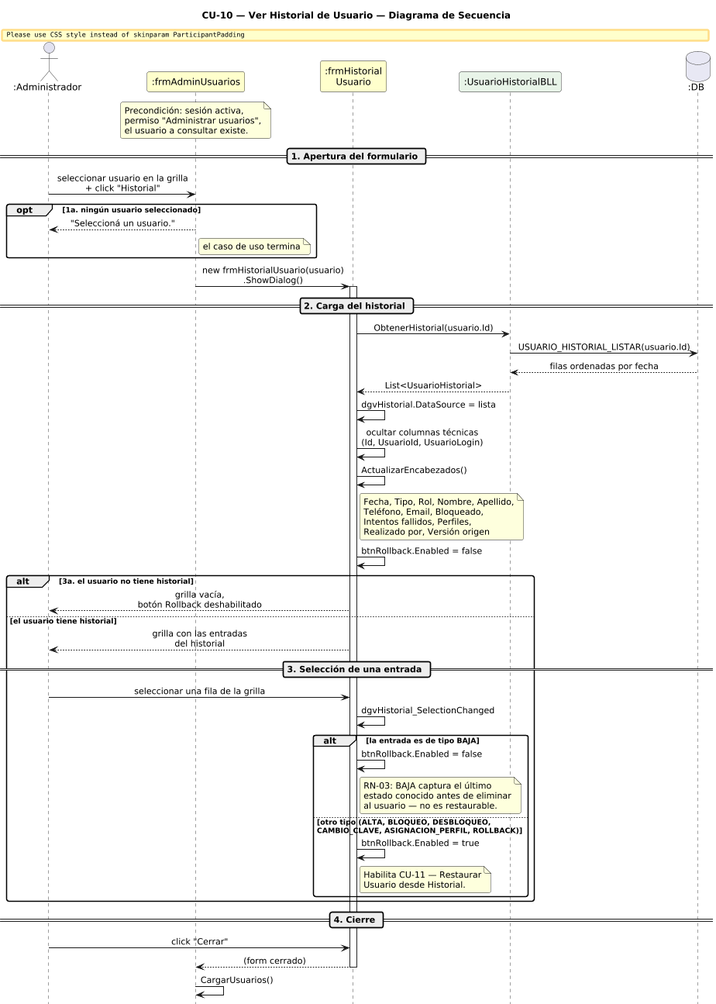
Above: DIAGRAMAS/DiagramaSecuencia_CU10_VerHistorial.png in Urrels/ingenieria_software (PlantUML), before the change. Source of this version:
```plantuml
@startuml DiagramaSecuencia_CU10_VerHistorial

title CU-10 — Ver Historial de Usuario — Diagrama de Secuencia

skinparam shadowing false
skinparam roundcorner 6
skinparam sequenceArrowThickness 1.2
skinparam ParticipantPadding 14
skinparam sequenceMessageAlign center
hide footbox
scale 0.85

actor       ":Administrador"       as A
participant ":frmAdminUsuarios"    as FA #FEFECE
participant ":frmHistorial\nUsuario" as FH #FEFECE
participant ":UsuarioHistorialBLL" as UH #E8F4E8
database    ":DB"                  as DB #E8E8F4

note over FA
  Precondición: sesión activa,
  permiso "Administrar usuarios",
  el usuario a consultar existe.
end note

== 1. Apertura del formulario ==

A -> FA : seleccionar usuario en la grilla\n+ click "Historial"

opt 1a. ningún usuario seleccionado
  FA --> A : "Seleccioná un usuario."
  note right of FA : el caso de uso termina
end

FA -> FH : new frmHistorialUsuario(usuario)\n.ShowDialog()
activate FH

== 2. Carga del historial ==

FH -> UH : ObtenerHistorial(usuario.Id)
UH -> DB : USUARIO_HISTORIAL_LISTAR(usuario.Id)
DB --> UH : filas ordenadas por fecha
UH --> FH : List<UsuarioHistorial>

FH -> FH : dgvHistorial.DataSource = lista
FH -> FH : ocultar columnas técnicas\n(Id, UsuarioId, UsuarioLogin)
FH -> FH : ActualizarEncabezados()
note right of FH
  Fecha, Tipo, Rol, Nombre, Apellido,
  Teléfono, Email, Bloqueado,
  Intentos fallidos, Perfiles,
  Realizado por, Versión origen
end note
FH -> FH : btnRollback.Enabled = false

alt 3a. el usuario no tiene historial
  FH --> A : grilla vacía,\nbotón Rollback deshabilitado

else el usuario tiene historial
  FH --> A : grilla con las entradas\ndel historial

  == 3. Selección de una entrada ==

  A -> FH : seleccionar una fila de la grilla
  FH -> FH : dgvHistorial_SelectionChanged

  alt la entrada es de tipo BAJA
    FH -> FH : btnRollback.Enabled = false
    note right of FH
      RN-03: BAJA captura el último
      estado conocido antes de eliminar
      al usuario — no es restaurable.
    end note
  else otro tipo (ALTA, BLOQUEO, DESBLOQUEO,\nCAMBIO_CLAVE, ASIGNACION_PERFIL, ROLLBACK)
    FH -> FH : btnRollback.Enabled = true
    note right of FH
      Habilita CU-11 — Restaurar
      Usuario desde Historial.
    end note
  end
end

== 4. Cierre ==

A -> FH : click "Cerrar"
FH --> FA : (form cerrado)
deactivate FH
FA -> FA : CargarUsuarios()

@enduml
```
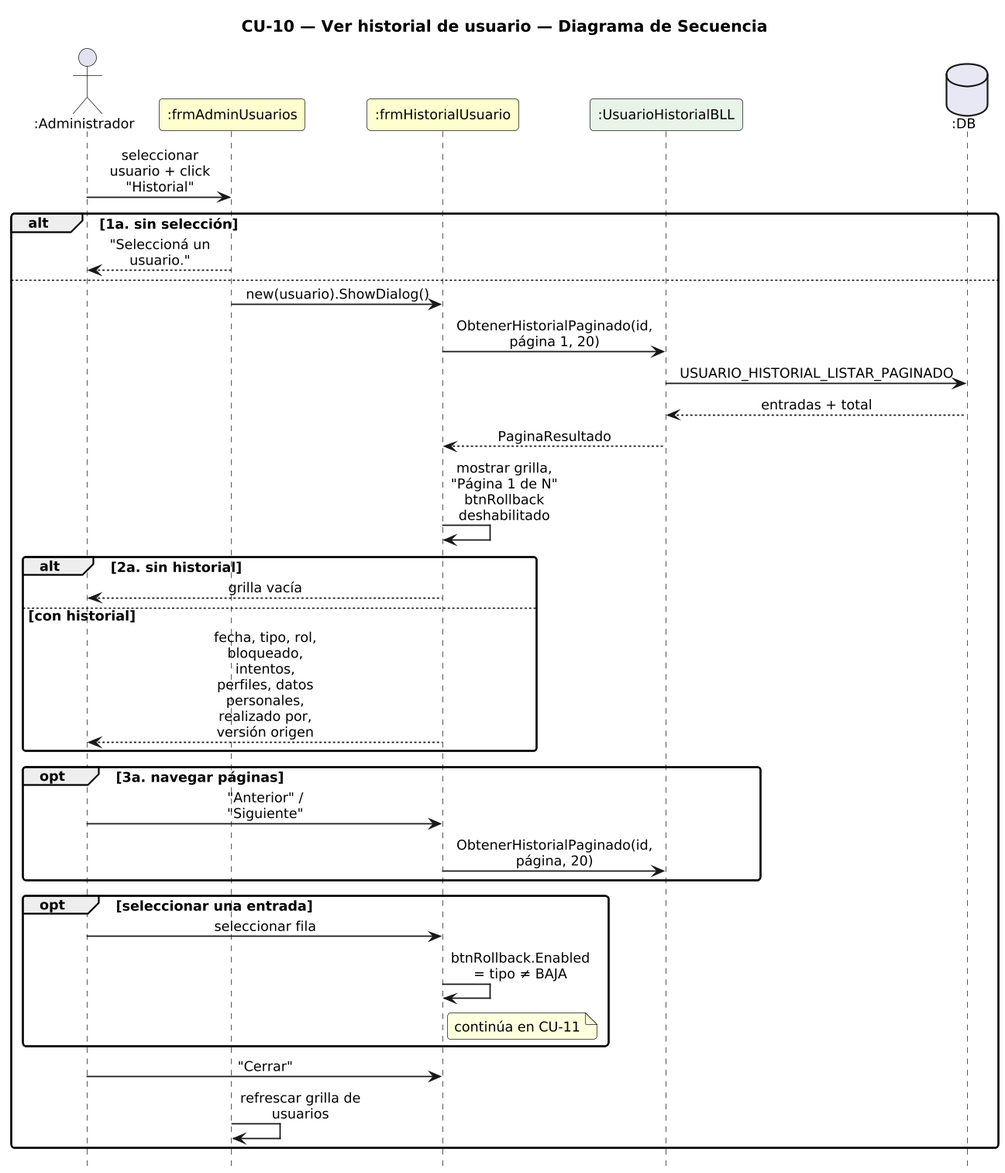
After the commit.

Change to the diagram source:
```diff
@@ -1,89 +1,50 @@
 @startuml DiagramaSecuencia_CU10_VerHistorial
 
-title CU-10 — Ver Historial de Usuario — Diagrama de Secuencia
+title CU-10 — Ver historial de usuario — Diagrama de Secuencia
 
 skinparam shadowing false
 skinparam roundcorner 6
 skinparam sequenceArrowThickness 1.2
-skinparam ParticipantPadding 14
+skinparam ParticipantPadding 6
+skinparam BoxPadding 4
+skinparam maxMessageSize 115
 skinparam sequenceMessageAlign center
+skinparam defaultFontSize 12
+skinparam dpi 140
 hide footbox
-scale 0.85
 
-actor       ":Administrador"       as A
-participant ":frmAdminUsuarios"    as FA #FEFECE
-participant ":frmHistorial\nUsuario" as FH #FEFECE
-participant ":UsuarioHistorialBLL" as UH #E8F4E8
-database    ":DB"                  as DB #E8E8F4
+actor ":Administrador" as A
+participant ":frmAdminUsuarios" as F #FEFECE
+participant ":frmHistorialUsuario" as H #FEFECE
+participant ":UsuarioHistorialBLL" as HB #E8F4E8
+database ":DB" as DB #E8E8F4
 
-note over FA
-  Precondición: sesión activa,
-  permiso "Administrar usuarios",
-  el usuario a consultar existe.
-end note
-
-== 1. Apertura del formulario ==
-
-A -> FA : seleccionar usuario en la grilla\n+ click "Historial"
-
-opt 1a. ningún usuario seleccionado
-  FA --> A : "Seleccioná un usuario."
-  note right of FA : el caso de uso termina
+A -> F : seleccionar usuario + click "Historial"
+alt 1a. sin selección
+  F --> A : "Seleccioná un usuario."
+else
+  F -> H : new(usuario).ShowDialog()
+  H -> HB : ObtenerHistorialPaginado(id, página 1, 20)
+  HB -> DB : USUARIO_HISTORIAL_LISTAR_PAGINADO
+  DB --> HB : entradas + total
+  HB --> H : PaginaResultado
+  H -> H : mostrar grilla, "Página 1 de N"\nbtnRollback deshabilitado
+  alt 2a. sin historial
+    H --> A : grilla vacía
+  else con historial
+    H --> A : fecha, tipo, rol, bloqueado, intentos,\nperfiles, datos personales, realizado por,\nversión origen
+  end
+  opt 3a. navegar páginas
+    A -> H : "Anterior" / "Siguiente"
+    H -> HB : ObtenerHistorialPaginado(id, página, 20)
+  end
+  opt seleccionar una entrada
+    A -> H : seleccionar fila
+    H -> H : btnRollback.Enabled = tipo ≠ BAJA
+    note right of H : continúa en CU-11
+  end
+  A -> H : "Cerrar"
+  F -> F : refrescar grilla de usuarios
 end
 
-FA -> FH : new frmHistorialUsuario(usuario)\n.ShowDialog()
-activate FH
-
-== 2. Carga del historial ==
-
-FH -> UH : ObtenerHistorial(usuario.Id)
-UH -> DB : USUARIO_HISTORIAL_LISTAR(usuario.Id)
-DB --> UH : filas ordenadas por fecha
-UH --> FH : List<UsuarioHistorial>
-
-FH -> FH : dgvHistorial.DataSource = lista
-FH -> FH : ocultar columnas técnicas\n(Id, UsuarioId, UsuarioLogin)
-FH -> FH : ActualizarEncabezados()
-note right of FH
-  Fecha, Tipo, Rol, Nombre, Apellido,
-  Teléfono, Email, Bloqueado,
-  Intentos fallidos, Perfiles,
-  Realizado por, Versión origen
-end note
-FH -> FH : btnRollback.Enabled = false
-
-alt 3a. el usuario no tiene historial
-  FH --> A : grilla vacía,\nbotón Rollback deshabilitado
-
-else el usuario tiene historial
-  FH --> A : grilla con las entradas\ndel historial
-
-  == 3. Selección de una entrada ==
-
-  A -> FH : seleccionar una fila de la grilla
-  FH -> FH : dgvHistorial_SelectionChanged
-
-  alt la entrada es de tipo BAJA
-    FH -> FH : btnRollback.Enabled = false
-    note right of FH
-      RN-03: BAJA captura el último
-      estado conocido antes de eliminar
-      al usuario — no es restaurable.
-    end note
-  else otro tipo (ALTA, BLOQUEO, DESBLOQUEO,\nCAMBIO_CLAVE, ASIGNACION_PERFIL, ROLLBACK)
-    FH -> FH : btnRollback.Enabled = true
-    note right of FH
-      Habilita CU-11 — Restaurar
-      Usuario desde Historial.
-    end note
-  end
-end
-
-== 4. Cierre ==
-
-A -> FH : click "Cerrar"
-FH --> FA : (form cerrado)
-deactivate FH
-FA -> FA : CargarUsuarios()
-
 @enduml
```
